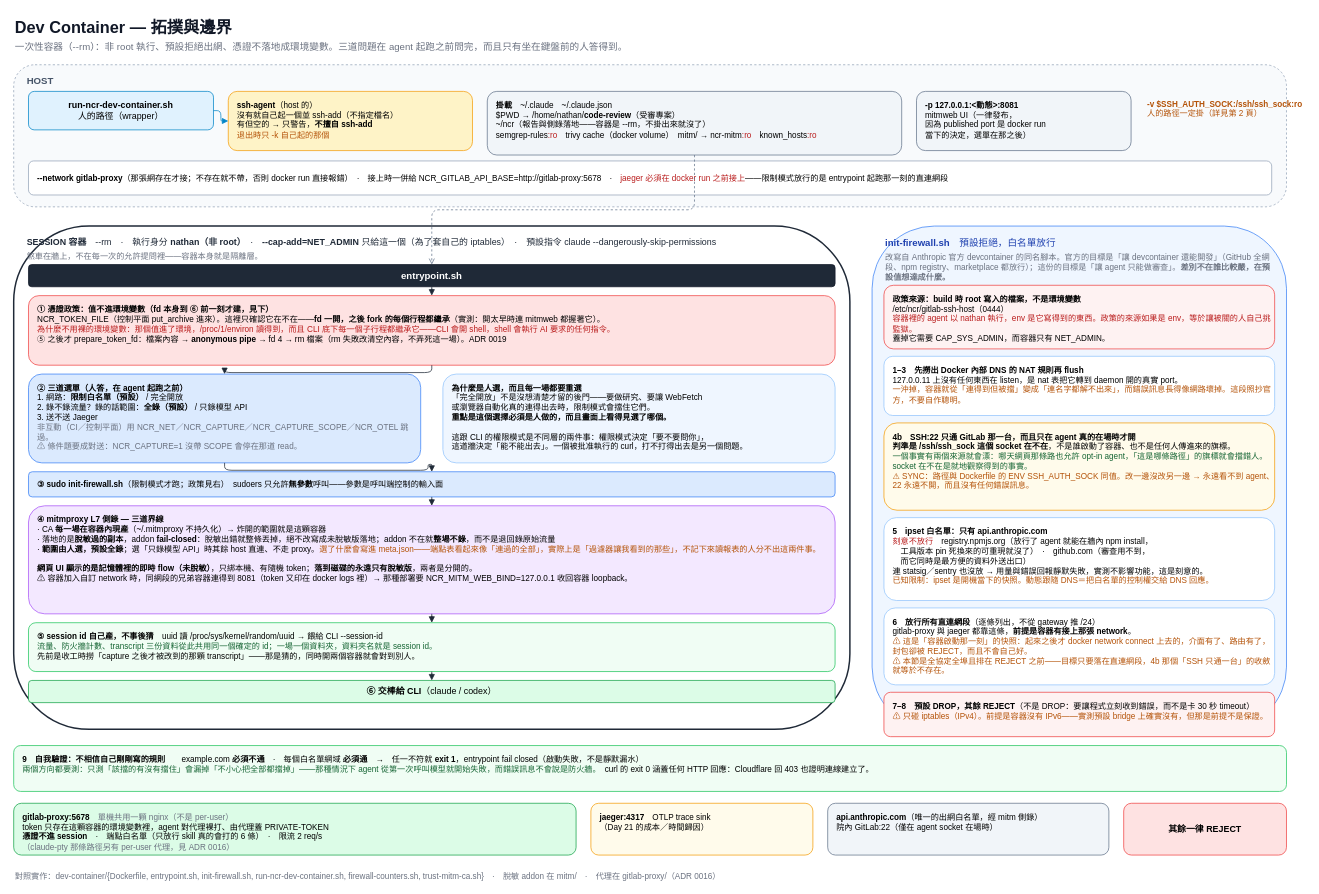
Before: page "1. Dev Container 拓撲與邊界" (1 of 3) of docs/dev-container.drawio in nathanfhh/30-days-ironman, a draw.io diagram. Source tidied: cells renumbered, new cells numbered last; positions are measured from the earlier drawing's top-left corner, leaving out a move shared by most shapes. Both pictures are drawn from the tidied source at 74%, with x=0, y=0 at pixel (13, 13).
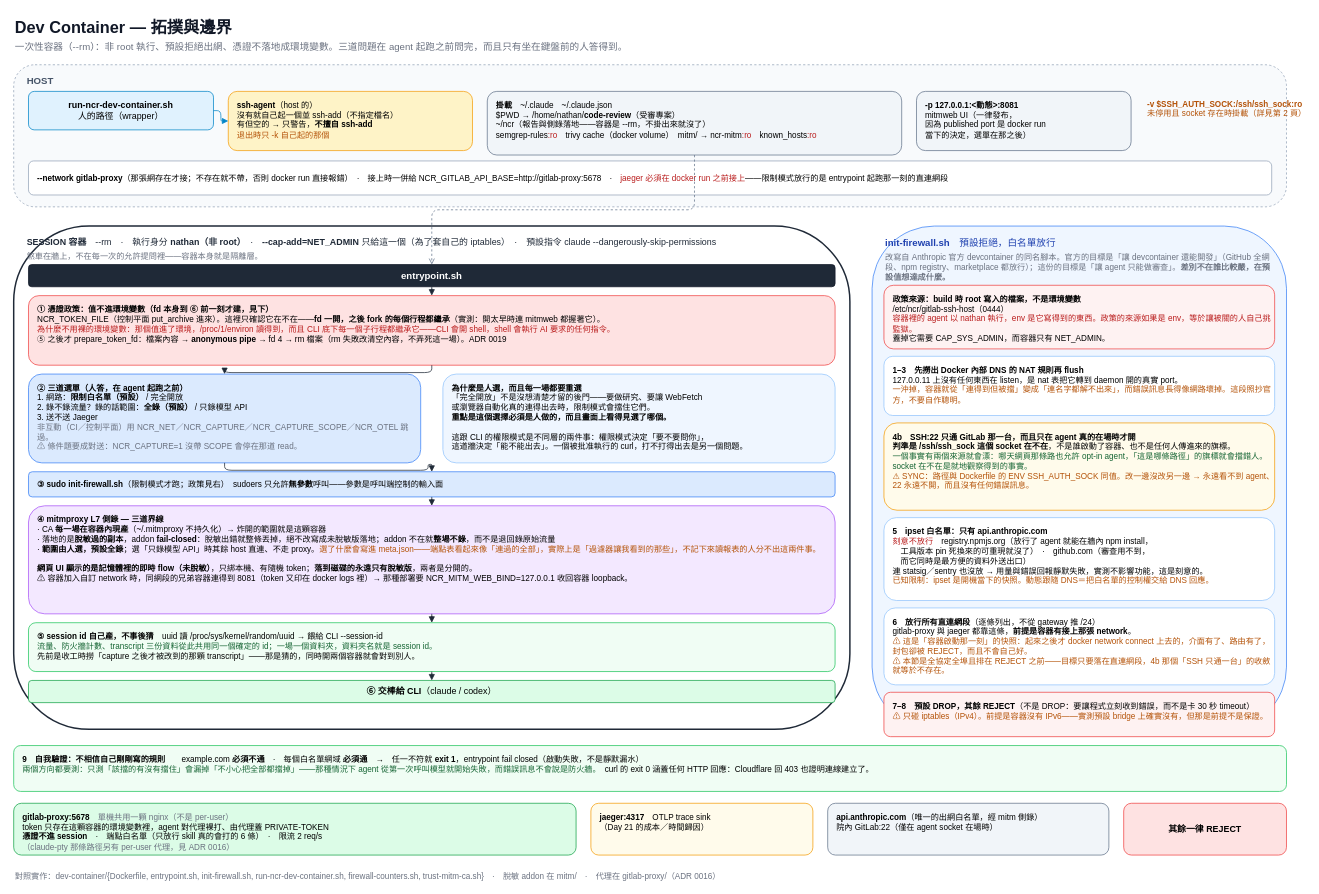
Above is the later version.

Commit message (it also covers changes not shown here):
docs(ssh-agent): 22 的判準是 socket 在不在，不是 host 上原本有沒有 agent

Change to the diagram source:
```diff
@@
-    <mxCell id="10" value="&lt;b&gt;-v $SSH_AUTH_SOCK:/ssh/ssh_sock:ro&lt;/b&gt;&#10;人的路徑一定掛（詳見第 2 頁）" style="text;html=1;fontSize=11;align=left;verticalAlign=top;fontColor=#b45309;" parent="1" vertex="1">
+    <mxCell id="10" value="&lt;b&gt;-v $SSH_AUTH_SOCK:/ssh/ssh_sock:ro&lt;/b&gt;&#10;未停用且 socket 存在時掛載（詳見第 2 頁）" style="text;html=1;fontSize=11;align=left;verticalAlign=top;fontColor=#b45309;" parent="1" vertex="1">
       <mxGeometry x="1530" y="110" width="190" height="48" as="geometry" />
     </mxCell>
```
